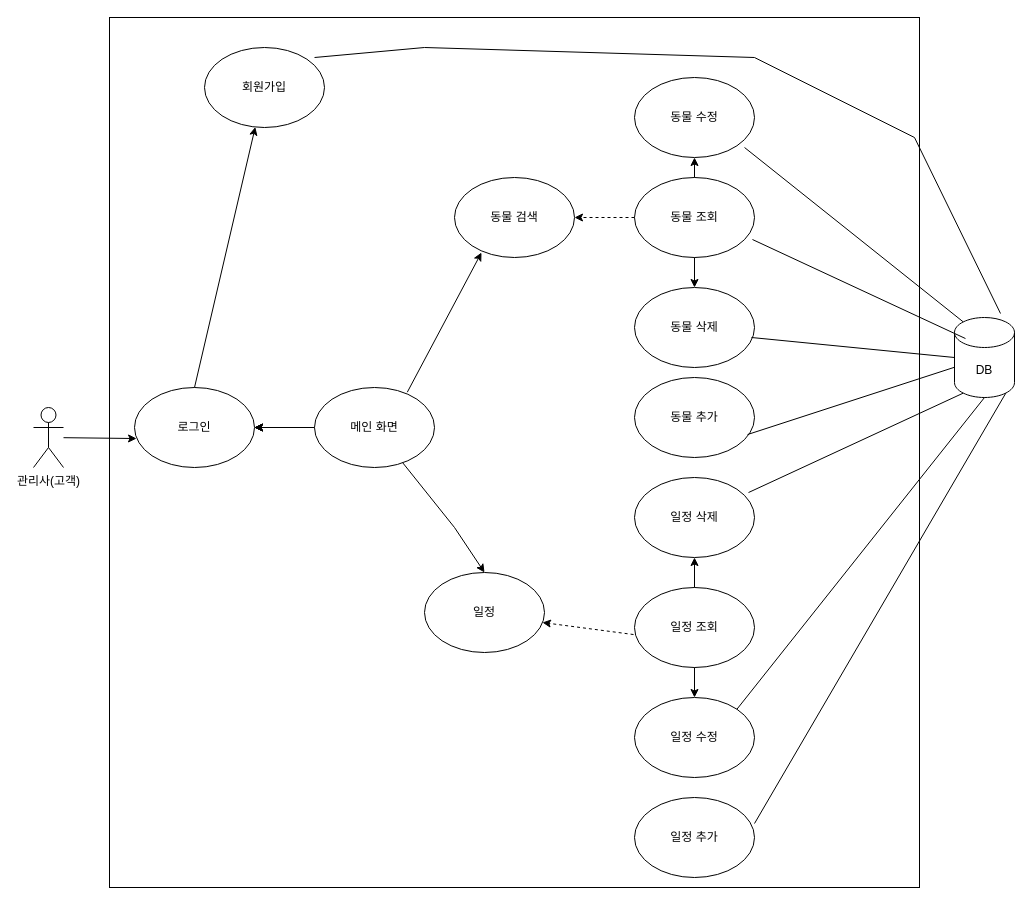
The draw.io diagram 제목 없는 다이어그램.drawio in SongByungKwon/Frist-P, before the edit. Source tidied: cells renumbered, new cells numbered last; positions are measured from the earlier drawing's top-left corner, leaving out a move shared by most shapes. Both pictures are drawn from the tidied source at 100%, with x=0, y=0 at pixel (33, 17).
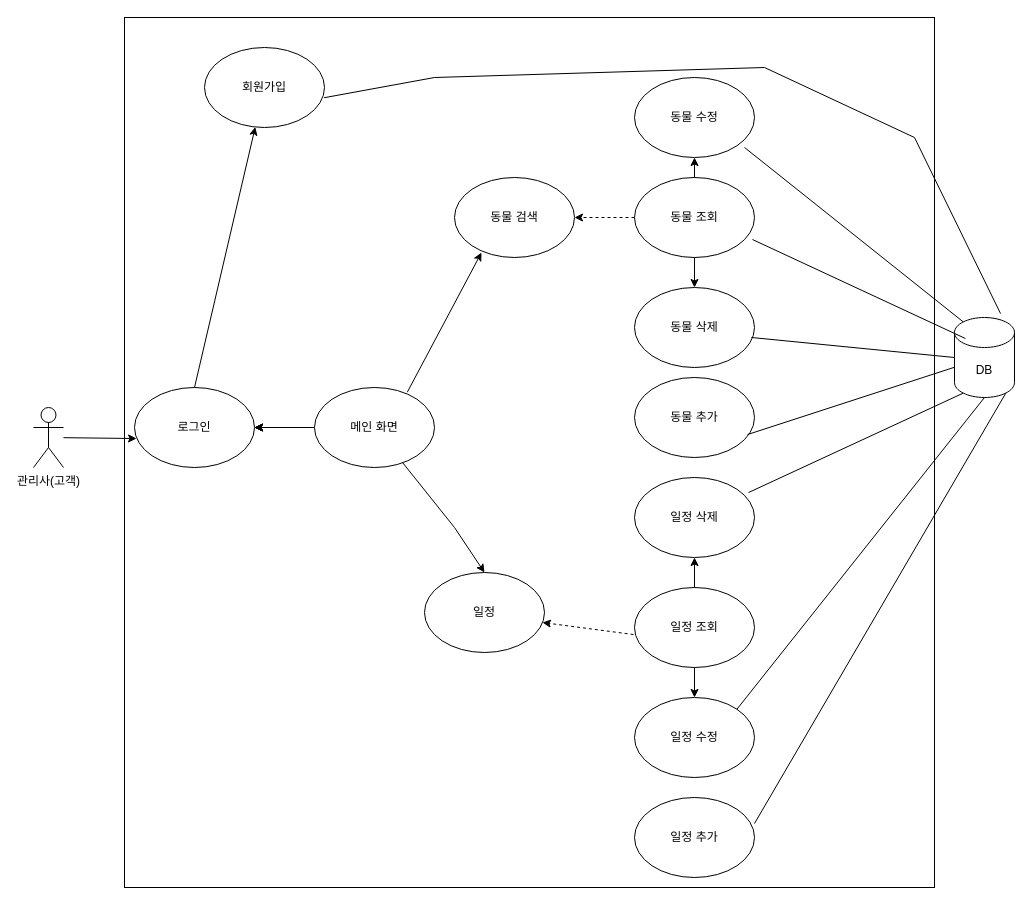
The same diagram, later.

Commit message:
제목 없는 다이어그램.drawio 업데이트

The change refers to these unchanged cells:
```xml
<mxCell id="3" value="회원가입" style="ellipse;whiteSpace=wrap;html=1;" parent="1" vertex="1">
  <mxGeometry x="171" y="30" width="120" height="80" as="geometry" />
</mxCell>
<mxCell id="20" value="DB" style="shape=cylinder3;whiteSpace=wrap;html=1;boundedLbl=1;backgroundOutline=1;size=15;" parent="1" vertex="1">
  <mxGeometry x="921" y="300" width="60" height="80" as="geometry" />
</mxCell>
```

What changed in the source:
```diff
@@
-    <mxCell id="28" style="endArrow=none;html=1;rounded=0;entryX=0.767;entryY=-0.05;entryDx=0;entryDy=0;entryPerimeter=0;exitX=0.917;exitY=0.125;exitDx=0;exitDy=0;exitPerimeter=0;" parent="1" edge="1" source="3" target="20">
+    <mxCell id="28" style="endArrow=none;html=1;rounded=0;entryX=0.767;entryY=-0.05;entryDx=0;entryDy=0;entryPerimeter=0;exitX=0.996;exitY=0.628;exitDx=0;exitDy=0;exitPerimeter=0;" parent="1" edge="1" source="3" target="20">
       <mxGeometry relative="1" as="geometry">
         <Array as="points">
-          <mxPoint x="391" y="30" />
-          <mxPoint x="721" y="40" />
+          <mxPoint x="401" y="60" />
+          <mxPoint x="731" y="50" />
           <mxPoint x="881" y="120" />
         </Array>
       </mxGeometry>
     </mxCell>
@@
     <mxCell id="38" style="rounded=0;whiteSpace=wrap;html=1;gradientColor=default;fillColor=none;strokeColor=default;" parent="1" vertex="1">
-      <mxGeometry x="76" width="810" height="870" as="geometry" />
+      <mxGeometry x="91" width="810" height="870" as="geometry" />
     </mxCell>
```
